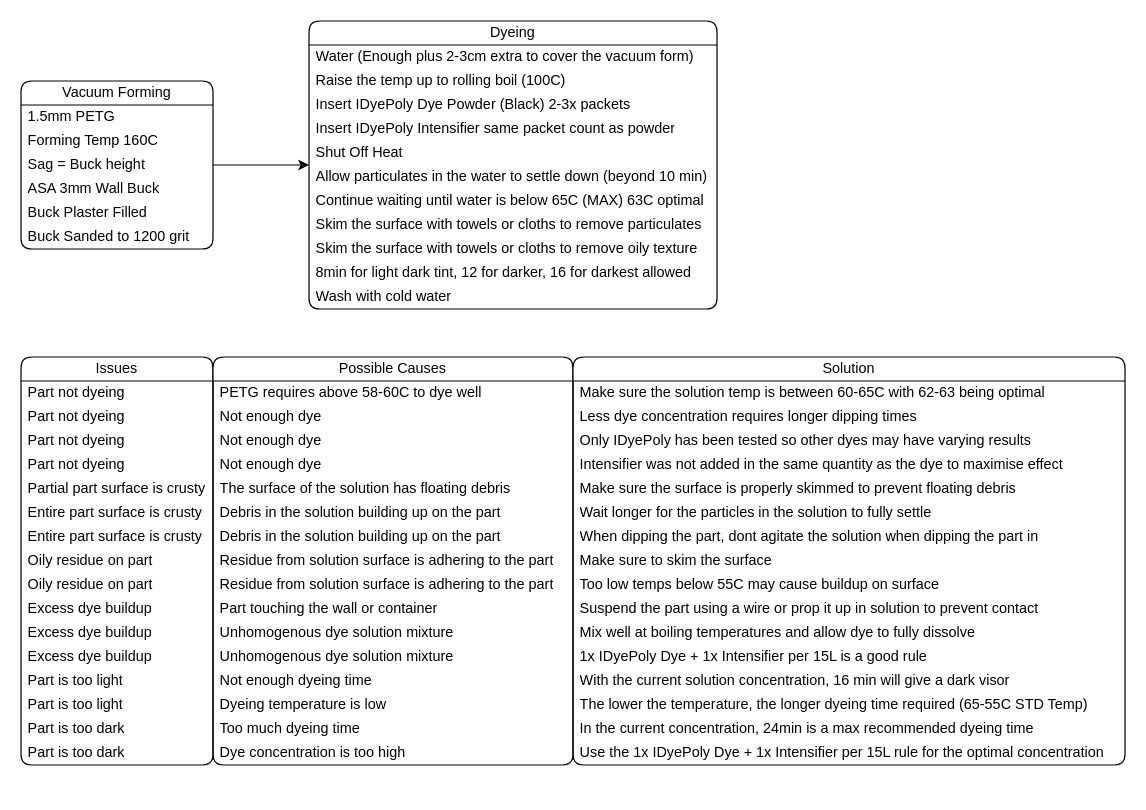
Above: Documents/Visor Manufacturing Process.drawio in Cyberspecies/Synth-Head (draw.io), before the change. Source tidied: cells renumbered, new cells numbered last; positions are measured from the earlier drawing's top-left corner, leaving out a move shared by most shapes. Both pictures are drawn from the tidied source at 120%, with x=0, y=0 at pixel (20, 20).
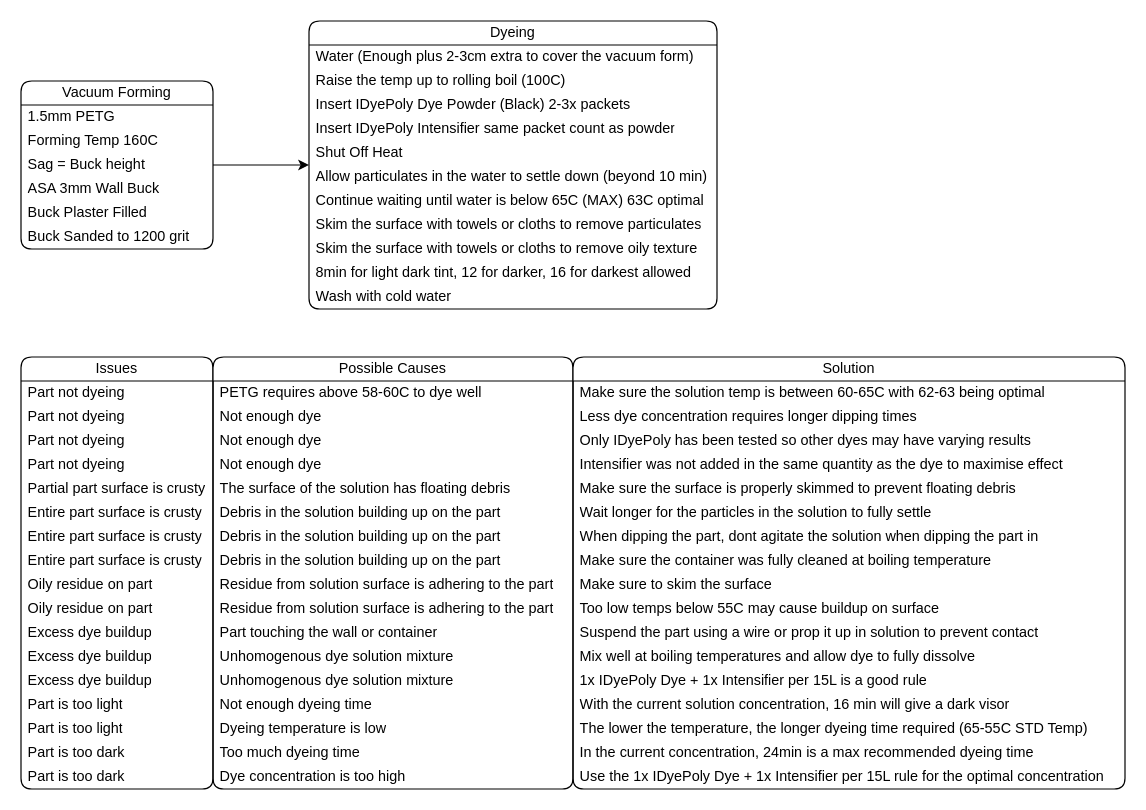
The same diagram, later.

Commit message:
Added Cleaning step in troubleshooting

Change to the diagram source:
```diff
@@
     <mxCell id="22" value="Issues" style="swimlane;fontStyle=0;horizontal=1;startSize=20;whiteSpace=wrap;html=1;rounded=1;" parent="1" vertex="1">
-      <mxGeometry y="280" width="160" height="340" as="geometry" />
+      <mxGeometry y="280" width="160" height="360" as="geometry" />
     </mxCell>
@@
+    <mxCell id="73" value="Entire part surface is crusty" style="text;strokeColor=none;fillColor=none;align=left;verticalAlign=middle;spacingLeft=4;spacingRight=4;overflow=hidden;whiteSpace=wrap;html=1;" parent="22" vertex="1">
+      <mxGeometry y="160" width="160" height="20" as="geometry" />
+    </mxCell>
     <mxCell id="30" value="Oily residue on part" style="text;strokeColor=none;fillColor=none;align=left;verticalAlign=middle;spacingLeft=4;spacingRight=4;overflow=hidden;whiteSpace=wrap;html=1;" parent="22" vertex="1">
-      <mxGeometry y="160" width="160" height="20" as="geometry" />
+      <mxGeometry y="180" width="160" height="20" as="geometry" />
     </mxCell>
     <mxCell id="31" value="Oily residue on part" style="text;strokeColor=none;fillColor=none;align=left;verticalAlign=middle;spacingLeft=4;spacingRight=4;overflow=hidden;whiteSpace=wrap;html=1;" parent="22" vertex="1">
-      <mxGeometry y="180" width="160" height="20" as="geometry" />
+      <mxGeometry y="200" width="160" height="20" as="geometry" />
     </mxCell>
     <mxCell id="32" value="Excess dye buildup" style="text;strokeColor=none;fillColor=none;align=left;verticalAlign=middle;spacingLeft=4;spacingRight=4;overflow=hidden;whiteSpace=wrap;html=1;" parent="22" vertex="1">
-      <mxGeometry y="200" width="160" height="20" as="geometry" />
+      <mxGeometry y="220" width="160" height="20" as="geometry" />
     </mxCell>
     <mxCell id="33" value="Excess dye buildup" style="text;strokeColor=none;fillColor=none;align=left;verticalAlign=middle;spacingLeft=4;spacingRight=4;overflow=hidden;whiteSpace=wrap;html=1;" parent="22" vertex="1">
-      <mxGeometry y="220" width="160" height="20" as="geometry" />
+      <mxGeometry y="240" width="160" height="20" as="geometry" />
     </mxCell>
     <mxCell id="34" value="Excess dye buildup" style="text;strokeColor=none;fillColor=none;align=left;verticalAlign=middle;spacingLeft=4;spacingRight=4;overflow=hidden;whiteSpace=wrap;html=1;" parent="22" vertex="1">
-      <mxGeometry y="240" width="160" height="20" as="geometry" />
+      <mxGeometry y="260" width="160" height="20" as="geometry" />
     </mxCell>
     <mxCell id="35" value="Part is too light" style="text;strokeColor=none;fillColor=none;align=left;verticalAlign=middle;spacingLeft=4;spacingRight=4;overflow=hidden;whiteSpace=wrap;html=1;" parent="22" vertex="1">
-      <mxGeometry y="260" width="160" height="20" as="geometry" />
+      <mxGeometry y="280" width="160" height="20" as="geometry" />
     </mxCell>
     <mxCell id="36" value="Part is too light" style="text;strokeColor=none;fillColor=none;align=left;verticalAlign=middle;spacingLeft=4;spacingRight=4;overflow=hidden;whiteSpace=wrap;html=1;" parent="22" vertex="1">
-      <mxGeometry y="280" width="160" height="20" as="geometry" />
+      <mxGeometry y="300" width="160" height="20" as="geometry" />
     </mxCell>
     <mxCell id="37" value="Part is too dark" style="text;strokeColor=none;fillColor=none;align=left;verticalAlign=middle;spacingLeft=4;spacingRight=4;overflow=hidden;whiteSpace=wrap;html=1;" parent="22" vertex="1">
-      <mxGeometry y="300" width="160" height="20" as="geometry" />
+      <mxGeometry y="320" width="160" height="20" as="geometry" />
     </mxCell>
     <mxCell id="38" value="Part is too dark" style="text;strokeColor=none;fillColor=none;align=left;verticalAlign=middle;spacingLeft=4;spacingRight=4;overflow=hidden;whiteSpace=wrap;html=1;" parent="22" vertex="1">
-      <mxGeometry y="320" width="160" height="20" as="geometry" />
+      <mxGeometry y="340" width="160" height="20" as="geometry" />
     </mxCell>
     <mxCell id="39" value="Possible Causes" style="swimlane;fontStyle=0;horizontal=1;startSize=20;whiteSpace=wrap;html=1;rounded=1;" parent="1" vertex="1">
-      <mxGeometry x="160" y="280" width="300" height="340" as="geometry" />
+      <mxGeometry x="160" y="280" width="300" height="360" as="geometry" />
     </mxCell>
@@
+    <mxCell id="74" value="Debris in the solution building up on the part" style="text;strokeColor=none;fillColor=none;align=left;verticalAlign=middle;spacingLeft=4;spacingRight=4;overflow=hidden;whiteSpace=wrap;html=1;" parent="39" vertex="1">
+      <mxGeometry y="160" width="300" height="20" as="geometry" />
+    </mxCell>
     <mxCell id="47" value="Residue from solution surface is adhering to the part" style="text;strokeColor=none;fillColor=none;align=left;verticalAlign=middle;spacingLeft=4;spacingRight=4;overflow=hidden;whiteSpace=wrap;html=1;" parent="39" vertex="1">
-      <mxGeometry y="160" width="300" height="20" as="geometry" />
+      <mxGeometry y="180" width="300" height="20" as="geometry" />
     </mxCell>
     <mxCell id="48" value="Residue from solution surface is adhering to the part" style="text;strokeColor=none;fillColor=none;align=left;verticalAlign=middle;spacingLeft=4;spacingRight=4;overflow=hidden;whiteSpace=wrap;html=1;" parent="39" vertex="1">
-      <mxGeometry y="180" width="300" height="20" as="geometry" />
+      <mxGeometry y="200" width="300" height="20" as="geometry" />
     </mxCell>
     <mxCell id="49" value="Part touching the wall or container" style="text;strokeColor=none;fillColor=none;align=left;verticalAlign=middle;spacingLeft=4;spacingRight=4;overflow=hidden;whiteSpace=wrap;html=1;" parent="39" vertex="1">
-      <mxGeometry y="200" width="300" height="20" as="geometry" />
+      <mxGeometry y="220" width="300" height="20" as="geometry" />
     </mxCell>
     <mxCell id="50" value="Unhomogenous dye solution mixture" style="text;strokeColor=none;fillColor=none;align=left;verticalAlign=middle;spacingLeft=4;spacingRight=4;overflow=hidden;whiteSpace=wrap;html=1;" parent="39" vertex="1">
-      <mxGeometry y="220" width="300" height="20" as="geometry" />
+      <mxGeometry y="240" width="300" height="20" as="geometry" />
     </mxCell>
     <mxCell id="51" value="Unhomogenous dye solution mixture" style="text;strokeColor=none;fillColor=none;align=left;verticalAlign=middle;spacingLeft=4;spacingRight=4;overflow=hidden;whiteSpace=wrap;html=1;" parent="39" vertex="1">
-      <mxGeometry y="240" width="300" height="20" as="geometry" />
+      <mxGeometry y="260" width="300" height="20" as="geometry" />
     </mxCell>
     <mxCell id="52" value="Not enough dyeing time" style="text;strokeColor=none;fillColor=none;align=left;verticalAlign=middle;spacingLeft=4;spacingRight=4;overflow=hidden;whiteSpace=wrap;html=1;" parent="39" vertex="1">
-      <mxGeometry y="260" width="300" height="20" as="geometry" />
+      <mxGeometry y="280" width="300" height="20" as="geometry" />
     </mxCell>
     <mxCell id="53" value="Dyeing temperature is low" style="text;strokeColor=none;fillColor=none;align=left;verticalAlign=middle;spacingLeft=4;spacingRight=4;overflow=hidden;whiteSpace=wrap;html=1;" parent="39" vertex="1">
-      <mxGeometry y="280" width="300" height="20" as="geometry" />
+      <mxGeometry y="300" width="300" height="20" as="geometry" />
     </mxCell>
     <mxCell id="54" value="Too much dyeing time" style="text;strokeColor=none;fillColor=none;align=left;verticalAlign=middle;spacingLeft=4;spacingRight=4;overflow=hidden;whiteSpace=wrap;html=1;" parent="39" vertex="1">
-      <mxGeometry y="300" width="300" height="20" as="geometry" />
+      <mxGeometry y="320" width="300" height="20" as="geometry" />
     </mxCell>
     <mxCell id="55" value="Dye concentration is too high" style="text;strokeColor=none;fillColor=none;align=left;verticalAlign=middle;spacingLeft=4;spacingRight=4;overflow=hidden;whiteSpace=wrap;html=1;" parent="39" vertex="1">
-      <mxGeometry y="320" width="300" height="20" as="geometry" />
+      <mxGeometry y="340" width="300" height="20" as="geometry" />
     </mxCell>
     <mxCell id="56" value="Solution" style="swimlane;fontStyle=0;horizontal=1;startSize=20;whiteSpace=wrap;html=1;rounded=1;" parent="1" vertex="1">
-      <mxGeometry x="460" y="280" width="460" height="340" as="geometry" />
+      <mxGeometry x="460" y="280" width="460" height="360" as="geometry" />
     </mxCell>
@@
+    <mxCell id="75" value="Make sure the container was fully cleaned at boiling temperature" style="text;strokeColor=none;fillColor=none;align=left;verticalAlign=middle;spacingLeft=4;spacingRight=4;overflow=hidden;whiteSpace=wrap;html=1;" parent="56" vertex="1">
+      <mxGeometry y="160" width="460" height="20" as="geometry" />
+    </mxCell>
     <mxCell id="64" value="Make sure to skim the surface" style="text;strokeColor=none;fillColor=none;align=left;verticalAlign=middle;spacingLeft=4;spacingRight=4;overflow=hidden;whiteSpace=wrap;html=1;" parent="56" vertex="1">
-      <mxGeometry y="160" width="460" height="20" as="geometry" />
+      <mxGeometry y="180" width="460" height="20" as="geometry" />
     </mxCell>
     <mxCell id="65" value="Too low temps below 55C may cause buildup on surface" style="text;strokeColor=none;fillColor=none;align=left;verticalAlign=middle;spacingLeft=4;spacingRight=4;overflow=hidden;whiteSpace=wrap;html=1;" parent="56" vertex="1">
-      <mxGeometry y="180" width="460" height="20" as="geometry" />
+      <mxGeometry y="200" width="460" height="20" as="geometry" />
     </mxCell>
     <mxCell id="66" value="Suspend the part using a wire or prop it up in solution to prevent contact" style="text;strokeColor=none;fillColor=none;align=left;verticalAlign=middle;spacingLeft=4;spacingRight=4;overflow=hidden;whiteSpace=wrap;html=1;" parent="56" vertex="1">
-      <mxGeometry y="200" width="460" height="20" as="geometry" />
+      <mxGeometry y="220" width="460" height="20" as="geometry" />
     </mxCell>
     <mxCell id="67" value="Mix well at boiling temperatures and allow dye to fully dissolve" style="text;strokeColor=none;fillColor=none;align=left;verticalAlign=middle;spacingLeft=4;spacingRight=4;overflow=hidden;whiteSpace=wrap;html=1;" parent="56" vertex="1">
-      <mxGeometry y="220" width="460" height="20" as="geometry" />
+      <mxGeometry y="240" width="460" height="20" as="geometry" />
     </mxCell>
     <mxCell id="68" value="1x IDyePoly Dye + 1x Intensifier per 15L is a good rule" style="text;strokeColor=none;fillColor=none;align=left;verticalAlign=middle;spacingLeft=4;spacingRight=4;overflow=hidden;whiteSpace=wrap;html=1;" parent="56" vertex="1">
-      <mxGeometry y="240" width="460" height="20" as="geometry" />
+      <mxGeometry y="260" width="460" height="20" as="geometry" />
     </mxCell>
     <mxCell id="69" value="With the current solution concentration, 16 min will give a dark visor" style="text;strokeColor=none;fillColor=none;align=left;verticalAlign=middle;spacingLeft=4;spacingRight=4;overflow=hidden;whiteSpace=wrap;html=1;" parent="56" vertex="1">
-      <mxGeometry y="260" width="460" height="20" as="geometry" />
+      <mxGeometry y="280" width="460" height="20" as="geometry" />
     </mxCell>
     <mxCell id="70" value="The lower the temperature, the longer dyeing time required (65-55C STD Temp)" style="text;strokeColor=none;fillColor=none;align=left;verticalAlign=middle;spacingLeft=4;spacingRight=4;overflow=hidden;whiteSpace=wrap;html=1;" parent="56" vertex="1">
-      <mxGeometry y="280" width="460" height="20" as="geometry" />
+      <mxGeometry y="300" width="460" height="20" as="geometry" />
     </mxCell>
     <mxCell id="71" value="In the current concentration, 24min is a max recommended dyeing time" style="text;strokeColor=none;fillColor=none;align=left;verticalAlign=middle;spacingLeft=4;spacingRight=4;overflow=hidden;whiteSpace=wrap;html=1;" parent="56" vertex="1">
-      <mxGeometry y="300" width="460" height="20" as="geometry" />
+      <mxGeometry y="320" width="460" height="20" as="geometry" />
     </mxCell>
     <mxCell id="72" value="Use the 1x IDyePoly Dye + 1x Intensifier per 15L rule for the optimal concentration" style="text;strokeColor=none;fillColor=none;align=left;verticalAlign=middle;spacingLeft=4;spacingRight=4;overflow=hidden;whiteSpace=wrap;html=1;" parent="56" vertex="1">
-      <mxGeometry y="320" width="460" height="20" as="geometry" />
+      <mxGeometry y="340" width="460" height="20" as="geometry" />
     </mxCell>
```
